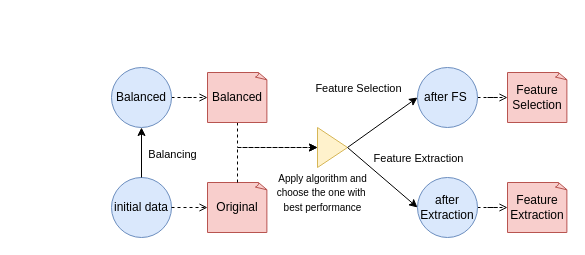
This is dataset2/SupervisedDataset2.drawio from filipesousaist/ds_project, a draw.io file, before an edit. Source tidied: cells renumbered, new cells numbered last; positions are measured from the earlier drawing's top-left corner, leaving out a move shared by most shapes. Both pictures are drawn from the tidied source at 100%, with x=0, y=0 at pixel (111, 67).
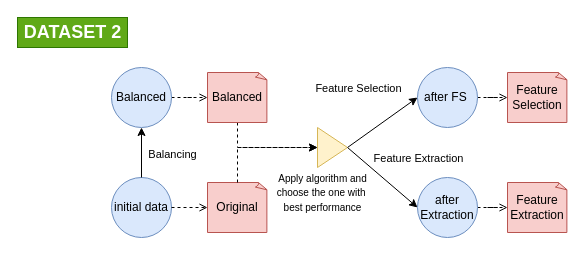
Above is the later version.

Change to the diagram source:
```diff
@@
+    <mxCell id="24" value="DATASET 2" style="text;html=1;align=center;verticalAlign=middle;fontStyle=1;fillColor=#60a917;strokeColor=#2D7600;fontColor=#ffffff;fontSize=18;" parent="1" vertex="1">
+      <mxGeometry x="-94" y="-50" width="110" height="30" as="geometry" />
+    </mxCell>
```
